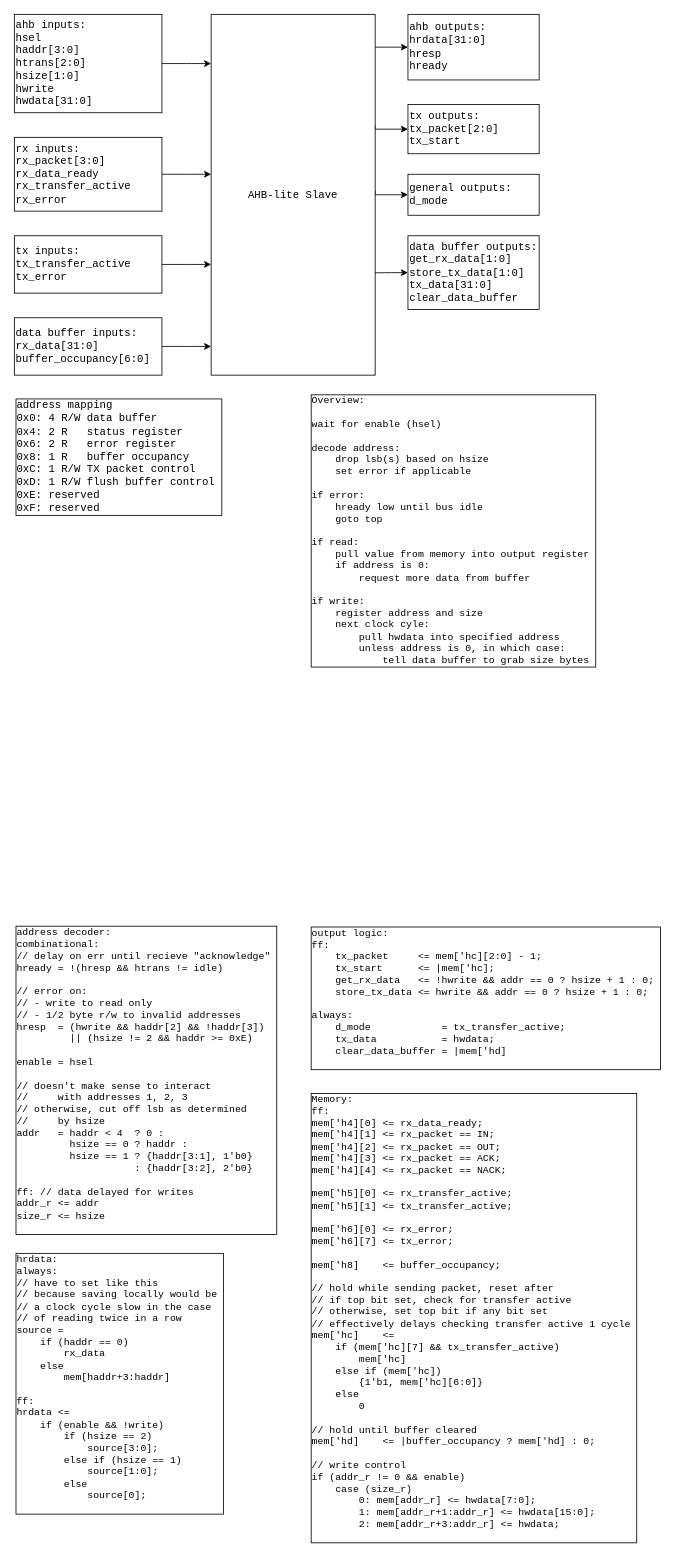
Above: diagrams/ahb-lite-slave.drawio in bryceberger/337-project (draw.io), before the change. Source tidied: cells renumbered, new cells numbered last; positions are measured from the earlier drawing's top-left corner, leaving out a move shared by most shapes. Both pictures are drawn from the tidied source at 82%, with x=0, y=0 at pixel (14, 14).
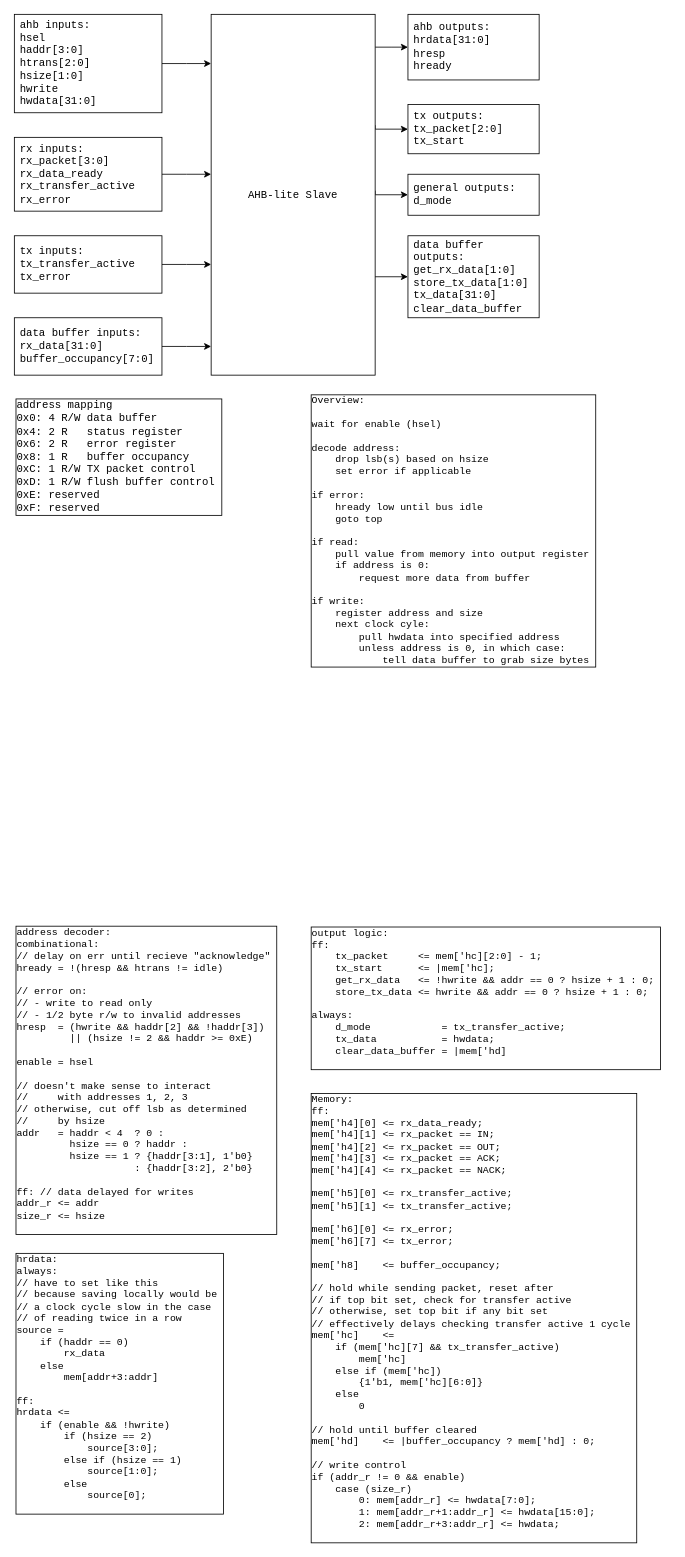
The same page after the edit.

Commit message (it also covers changes not shown here):
Diagram fixes from TA meeting

What changed in the source:
```diff
@@
-    <mxCell id="3" value="&lt;div style=&quot;font-size: 13px&quot;&gt;ahb inputs:&lt;/div&gt;&lt;div style=&quot;font-size: 13px&quot;&gt;hsel&lt;/div&gt;&lt;div style=&quot;font-size: 13px&quot;&gt;haddr[3:0]&lt;/div&gt;&lt;div style=&quot;font-size: 13px&quot;&gt;htrans[2:0]&lt;/div&gt;&lt;div style=&quot;font-size: 13px&quot;&gt;hsize[1:0]&lt;/div&gt;&lt;div style=&quot;font-size: 13px&quot;&gt;hwrite&lt;/div&gt;&lt;div style=&quot;font-size: 13px&quot;&gt;hwdata[31:0]&lt;br style=&quot;font-size: 13px&quot;&gt;&lt;/div&gt;" style="whiteSpace=wrap;html=1;fontSize=13;fontFamily=Courier New;align=left;fontStyle=0;" parent="1" vertex="1">
+    <mxCell id="3" value="&lt;div style=&quot;font-size: 13px&quot;&gt;ahb inputs:&lt;/div&gt;&lt;div style=&quot;font-size: 13px&quot;&gt;hsel&lt;/div&gt;&lt;div style=&quot;font-size: 13px&quot;&gt;haddr[3:0]&lt;/div&gt;&lt;div style=&quot;font-size: 13px&quot;&gt;htrans[2:0]&lt;/div&gt;&lt;div style=&quot;font-size: 13px&quot;&gt;hsize[1:0]&lt;/div&gt;&lt;div style=&quot;font-size: 13px&quot;&gt;hwrite&lt;/div&gt;&lt;div style=&quot;font-size: 13px&quot;&gt;hwdata[31:0]&lt;br style=&quot;font-size: 13px&quot;&gt;&lt;/div&gt;" style="whiteSpace=wrap;html=1;fontSize=13;fontFamily=Courier New;align=left;fontStyle=0;spacingLeft=5;" parent="1" vertex="1">
       <mxGeometry width="180" height="120" as="geometry" />
     </mxCell>
@@
-    <mxCell id="6" value="&lt;div style=&quot;font-size: 13px;&quot;&gt;ahb outputs:&lt;/div&gt;&lt;div style=&quot;font-size: 13px;&quot;&gt;hrdata[31:0]&lt;/div&gt;&lt;div style=&quot;font-size: 13px;&quot;&gt;hresp&lt;/div&gt;&lt;div style=&quot;font-size: 13px;&quot;&gt;hready&lt;br style=&quot;font-size: 13px;&quot;&gt;&lt;/div&gt;" style="whiteSpace=wrap;html=1;fontSize=13;fontFamily=Courier New;align=left;fontStyle=0;" parent="1" vertex="1">
+    <mxCell id="6" value="&lt;div style=&quot;font-size: 13px;&quot;&gt;ahb outputs:&lt;/div&gt;&lt;div style=&quot;font-size: 13px;&quot;&gt;hrdata[31:0]&lt;/div&gt;&lt;div style=&quot;font-size: 13px;&quot;&gt;hresp&lt;/div&gt;&lt;div style=&quot;font-size: 13px;&quot;&gt;hready&lt;br style=&quot;font-size: 13px;&quot;&gt;&lt;/div&gt;" style="whiteSpace=wrap;html=1;fontSize=13;fontFamily=Courier New;align=left;fontStyle=0;spacingLeft=5;" parent="1" vertex="1">
       <mxGeometry x="480" width="160" height="80" as="geometry" />
     </mxCell>
@@
-    <mxCell id="8" value="&lt;div style=&quot;font-size: 13px;&quot;&gt;rx inputs:&lt;/div&gt;&lt;div style=&quot;font-size: 13px;&quot;&gt;rx_packet[3:0]&lt;/div&gt;&lt;div style=&quot;font-size: 13px;&quot;&gt;rx_data_ready&lt;/div&gt;&lt;div style=&quot;font-size: 13px;&quot;&gt;rx_transfer_active&lt;/div&gt;&lt;div style=&quot;font-size: 13px;&quot;&gt;rx_error&lt;br style=&quot;font-size: 13px;&quot;&gt;&lt;/div&gt;" style="whiteSpace=wrap;html=1;fontSize=13;fontFamily=Courier New;align=left;fontStyle=0;" parent="1" vertex="1">
+    <mxCell id="8" value="&lt;div style=&quot;font-size: 13px;&quot;&gt;rx inputs:&lt;/div&gt;&lt;div style=&quot;font-size: 13px;&quot;&gt;rx_packet[3:0]&lt;/div&gt;&lt;div style=&quot;font-size: 13px;&quot;&gt;rx_data_ready&lt;/div&gt;&lt;div style=&quot;font-size: 13px;&quot;&gt;rx_transfer_active&lt;/div&gt;&lt;div style=&quot;font-size: 13px;&quot;&gt;rx_error&lt;br style=&quot;font-size: 13px;&quot;&gt;&lt;/div&gt;" style="whiteSpace=wrap;html=1;fontSize=13;fontFamily=Courier New;align=left;fontStyle=0;spacingLeft=5;" parent="1" vertex="1">
       <mxGeometry y="150" width="180" height="90" as="geometry" />
     </mxCell>
@@
-    <mxCell id="10" value="&lt;div style=&quot;font-size: 13px;&quot;&gt;tx inputs:&lt;/div&gt;&lt;div style=&quot;font-size: 13px;&quot;&gt;tx_transfer_active&lt;/div&gt;&lt;div style=&quot;font-size: 13px;&quot;&gt;tx_error&lt;br style=&quot;font-size: 13px;&quot;&gt;&lt;/div&gt;" style="whiteSpace=wrap;html=1;fontSize=13;fontFamily=Courier New;align=left;fontStyle=0;" parent="1" vertex="1">
+    <mxCell id="10" value="&lt;div style=&quot;font-size: 13px;&quot;&gt;tx inputs:&lt;/div&gt;&lt;div style=&quot;font-size: 13px;&quot;&gt;tx_transfer_active&lt;/div&gt;&lt;div style=&quot;font-size: 13px;&quot;&gt;tx_error&lt;br style=&quot;font-size: 13px;&quot;&gt;&lt;/div&gt;" style="whiteSpace=wrap;html=1;fontSize=13;fontFamily=Courier New;align=left;fontStyle=0;spacingLeft=5;" parent="1" vertex="1">
       <mxGeometry y="270" width="180" height="70" as="geometry" />
     </mxCell>
@@
-    <mxCell id="12" value="&lt;div style=&quot;font-size: 13px&quot;&gt;tx outputs:&lt;/div&gt;&lt;div style=&quot;font-size: 13px&quot;&gt;tx_packet[2:0]&lt;br style=&quot;font-size: 13px&quot;&gt;&lt;/div&gt;&lt;div style=&quot;font-size: 13px&quot;&gt;tx_start&lt;/div&gt;" style="whiteSpace=wrap;html=1;fontSize=13;fontFamily=Courier New;align=left;fontStyle=0;" parent="1" vertex="1">
+    <mxCell id="12" value="&lt;div style=&quot;font-size: 13px&quot;&gt;tx outputs:&lt;/div&gt;&lt;div style=&quot;font-size: 13px&quot;&gt;tx_packet[2:0]&lt;br style=&quot;font-size: 13px&quot;&gt;&lt;/div&gt;&lt;div style=&quot;font-size: 13px&quot;&gt;tx_start&lt;/div&gt;" style="whiteSpace=wrap;html=1;fontSize=13;fontFamily=Courier New;align=left;fontStyle=0;spacingLeft=5;" parent="1" vertex="1">
       <mxGeometry x="480" y="110" width="160" height="60" as="geometry" />
     </mxCell>
@@
-    <mxCell id="14" value="&lt;div style=&quot;font-size: 13px&quot;&gt;&lt;div&gt;general outputs:&lt;/div&gt;&lt;div&gt;d_mode&lt;br&gt;&lt;/div&gt;&lt;/div&gt;" style="whiteSpace=wrap;html=1;fontSize=13;fontFamily=Courier New;align=left;fontStyle=0;" parent="1" vertex="1">
+    <mxCell id="14" value="&lt;div style=&quot;font-size: 13px&quot;&gt;&lt;div&gt;general outputs:&lt;/div&gt;&lt;div&gt;d_mode&lt;br&gt;&lt;/div&gt;&lt;/div&gt;" style="whiteSpace=wrap;html=1;fontSize=13;fontFamily=Courier New;align=left;fontStyle=0;spacingLeft=5;" parent="1" vertex="1">
       <mxGeometry x="480" y="195" width="160" height="50" as="geometry" />
     </mxCell>
@@
-    <mxCell id="17" value="hrdata:&lt;br&gt;always:&lt;br&gt;// have to set like this&lt;br&gt;// because saving locally would be&amp;nbsp;&lt;br&gt;// a clock cycle slow in the case&lt;br&gt;// of reading twice in a row&lt;br&gt;source =&lt;br&gt;&amp;nbsp; &amp;nbsp; if (haddr == 0)&lt;br&gt;&amp;nbsp; &amp;nbsp; &amp;nbsp; &amp;nbsp; rx_data&lt;br&gt;&amp;nbsp; &amp;nbsp; else&lt;br&gt;&amp;nbsp; &amp;nbsp; &amp;nbsp; &amp;nbsp; mem[haddr+3:haddr]&lt;br&gt;&lt;br&gt;ff:&lt;br&gt;&lt;div&gt;hrdata &amp;lt;=&amp;nbsp;&lt;/div&gt;&lt;div&gt;&amp;nbsp; &amp;nbsp; if (enable &amp;amp;&amp;amp; !write)&lt;/div&gt;&lt;div&gt;&amp;nbsp; &amp;nbsp; &amp;nbsp; &amp;nbsp; if (hsize == 2)&lt;/div&gt;&lt;div&gt;&amp;nbsp; &amp;nbsp; &amp;nbsp; &amp;nbsp; &amp;nbsp; &amp;nbsp; source[3:0];&lt;/div&gt;&lt;div&gt;&amp;nbsp; &amp;nbsp; &amp;nbsp; &amp;nbsp; else if (hsize == 1)&lt;/div&gt;&lt;div&gt;&amp;nbsp; &amp;nbsp; &amp;nbsp; &amp;nbsp; &amp;nbsp; &amp;nbsp; source[1:0];&amp;nbsp;&lt;/div&gt;&lt;div&gt;&amp;nbsp; &amp;nbsp; &amp;nbsp; &amp;nbsp; else&lt;/div&gt;&lt;div&gt;&amp;nbsp; &amp;nbsp; &amp;nbsp; &amp;nbsp; &amp;nbsp; &amp;nbsp; source[0];&lt;/div&gt;&lt;div&gt;&lt;br&gt;&lt;/div&gt;" style="text;html=1;align=left;verticalAlign=middle;strokeColor=none;fillColor=none;fontFamily=Courier New;labelBorderColor=default;" parent="1" vertex="1">
+    <mxCell id="17" value="hrdata:&lt;br&gt;always:&lt;br&gt;// have to set like this&lt;br&gt;// because saving locally would be&amp;nbsp;&lt;br&gt;// a clock cycle slow in the case&lt;br&gt;// of reading twice in a row&lt;br&gt;source =&lt;br&gt;&amp;nbsp; &amp;nbsp; if (haddr == 0)&lt;br&gt;&amp;nbsp; &amp;nbsp; &amp;nbsp; &amp;nbsp; rx_data&lt;br&gt;&amp;nbsp; &amp;nbsp; else&lt;br&gt;&amp;nbsp; &amp;nbsp; &amp;nbsp; &amp;nbsp; mem[addr+3:addr]&lt;br&gt;&lt;br&gt;ff:&lt;br&gt;&lt;div&gt;hrdata &amp;lt;=&amp;nbsp;&lt;/div&gt;&lt;div&gt;&amp;nbsp; &amp;nbsp; if (enable &amp;amp;&amp;amp; !hwrite)&lt;/div&gt;&lt;div&gt;&amp;nbsp; &amp;nbsp; &amp;nbsp; &amp;nbsp; if (hsize == 2)&lt;/div&gt;&lt;div&gt;&amp;nbsp; &amp;nbsp; &amp;nbsp; &amp;nbsp; &amp;nbsp; &amp;nbsp; source[3:0];&lt;/div&gt;&lt;div&gt;&amp;nbsp; &amp;nbsp; &amp;nbsp; &amp;nbsp; else if (hsize == 1)&lt;/div&gt;&lt;div&gt;&amp;nbsp; &amp;nbsp; &amp;nbsp; &amp;nbsp; &amp;nbsp; &amp;nbsp; source[1:0];&amp;nbsp;&lt;/div&gt;&lt;div&gt;&amp;nbsp; &amp;nbsp; &amp;nbsp; &amp;nbsp; else&lt;/div&gt;&lt;div&gt;&amp;nbsp; &amp;nbsp; &amp;nbsp; &amp;nbsp; &amp;nbsp; &amp;nbsp; source[0];&lt;/div&gt;&lt;div&gt;&lt;br&gt;&lt;/div&gt;" style="text;html=1;align=left;verticalAlign=middle;strokeColor=none;fillColor=none;fontFamily=Courier New;labelBorderColor=default;" parent="1" vertex="1">
       <mxGeometry y="1515" width="270" height="310" as="geometry" />
     </mxCell>
@@
     <mxCell id="19" style="edgeStyle=orthogonalEdgeStyle;rounded=0;html=1;exitX=0;exitY=0.5;exitDx=0;exitDy=0;fontFamily=Courier New;endArrow=none;endFill=0;startArrow=classic;startFill=1;" parent="1" edge="1" source="20">
       <mxGeometry relative="1" as="geometry">
-        <mxPoint x="440" y="315.2" as="targetPoint" />
+        <mxPoint x="440" y="320" as="targetPoint" />
         <Array as="points">
-          <mxPoint x="460" y="315" />
-          <mxPoint x="460" y="315" />
+          <mxPoint x="440" y="320" />
         </Array>
       </mxGeometry>
     </mxCell>
-    <mxCell id="20" value="&lt;div style=&quot;font-size: 13px&quot;&gt;&lt;div&gt;data buffer outputs:&lt;/div&gt;&lt;div&gt;get_rx_data[1:0]&lt;/div&gt;&lt;div&gt;store_tx_data[1:0]&lt;/div&gt;&lt;div&gt;tx_data[31:0]&lt;/div&gt;&lt;div&gt;clear_data_buffer&lt;/div&gt;&lt;/div&gt;" style="whiteSpace=wrap;html=1;fontSize=13;fontFamily=Courier New;align=left;fontStyle=0;" parent="1" vertex="1">
-      <mxGeometry x="480" y="270" width="160" height="90" as="geometry" />
+    <mxCell id="20" value="&lt;div style=&quot;font-size: 13px&quot;&gt;&lt;div&gt;data buffer outputs:&lt;/div&gt;&lt;div&gt;get_rx_data[1:0]&lt;/div&gt;&lt;div&gt;store_tx_data[1:0]&lt;/div&gt;&lt;div&gt;tx_data[31:0]&lt;/div&gt;&lt;div&gt;clear_data_buffer&lt;/div&gt;&lt;/div&gt;" style="whiteSpace=wrap;html=1;fontSize=13;fontFamily=Courier New;align=left;fontStyle=0;spacingLeft=5;" parent="1" vertex="1">
+      <mxGeometry x="480" y="270" width="160" height="100" as="geometry" />
     </mxCell>
@@
-    <mxCell id="22" value="&lt;div style=&quot;font-size: 13px&quot;&gt;data buffer inputs:&lt;/div&gt;&lt;div style=&quot;font-size: 13px&quot;&gt;rx_data[31:0]&lt;/div&gt;&lt;div style=&quot;font-size: 13px&quot;&gt;buffer_occupancy[6:0]&lt;/div&gt;" style="whiteSpace=wrap;html=1;fontSize=13;fontFamily=Courier New;align=left;fontStyle=0;" parent="1" vertex="1">
+    <mxCell id="22" value="&lt;div style=&quot;font-size: 13px&quot;&gt;data buffer inputs:&lt;/div&gt;&lt;div style=&quot;font-size: 13px&quot;&gt;rx_data[31:0]&lt;/div&gt;&lt;div style=&quot;font-size: 13px&quot;&gt;buffer_occupancy[7:0]&lt;/div&gt;" style="whiteSpace=wrap;html=1;fontSize=13;fontFamily=Courier New;align=left;fontStyle=0;spacingLeft=5;" parent="1" vertex="1">
       <mxGeometry y="370" width="180" height="70" as="geometry" />
     </mxCell>
```
